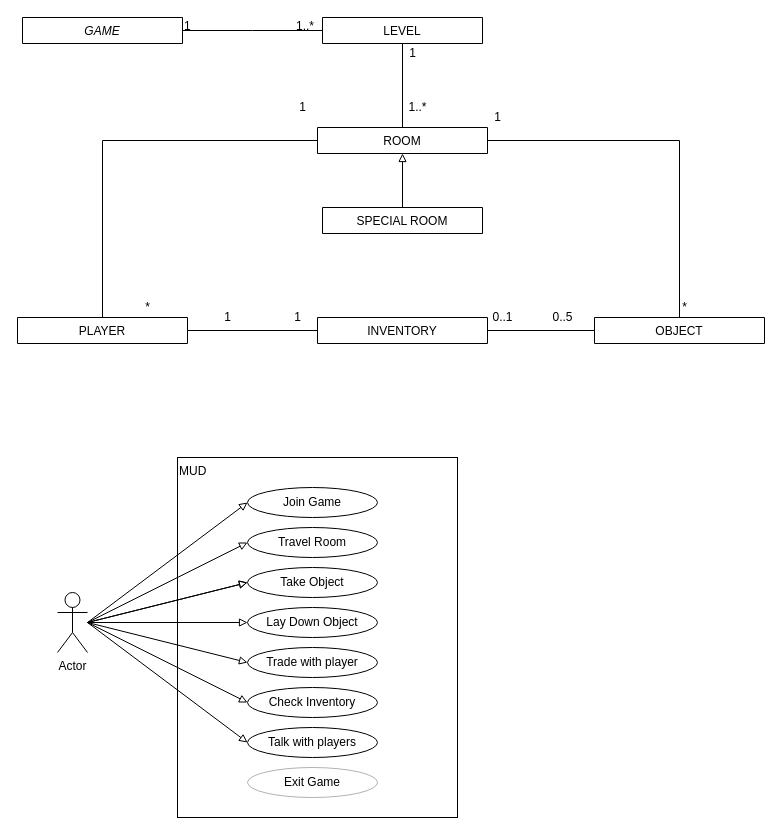
The draw.io diagram MUD.drawio in rudfor/MUD, before the edit. Source tidied: cells renumbered, new cells numbered last; positions are measured from the earlier drawing's top-left corner, leaving out a move shared by most shapes. Both pictures are drawn from the tidied source at 100%, with x=0, y=0 at pixel (17, 17).
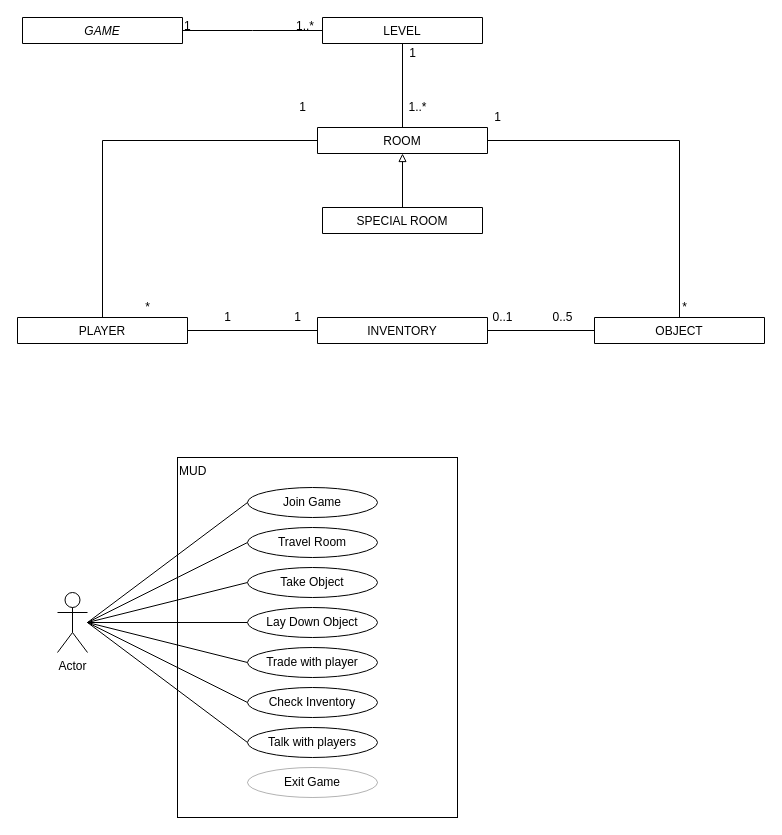
Above is the later version.

The change refers to these unchanged cells:
```xml
<mxCell id="37" value="Actor" style="shape=umlActor;verticalLabelPosition=bottom;verticalAlign=top;html=1;outlineConnect=0;" parent="1" vertex="1">
  <mxGeometry x="40" y="575" width="30" height="60" as="geometry" />
</mxCell>
<mxCell id="38" value="Join Game" style="ellipse;whiteSpace=wrap;html=1;" parent="1" vertex="1">
  <mxGeometry x="230" y="470" width="130" height="30" as="geometry" />
</mxCell>
<mxCell id="39" value="Take Object" style="ellipse;whiteSpace=wrap;html=1;" parent="1" vertex="1">
  <mxGeometry x="230" y="550" width="130" height="30" as="geometry" />
</mxCell>
<mxCell id="40" value="Lay Down Object" style="ellipse;whiteSpace=wrap;html=1;" parent="1" vertex="1">
  <mxGeometry x="230" y="590" width="130" height="30" as="geometry" />
</mxCell>
<mxCell id="42" value="Travel Room" style="ellipse;whiteSpace=wrap;html=1;" parent="1" vertex="1">
  <mxGeometry x="230" y="510" width="130" height="30" as="geometry" />
</mxCell>
<mxCell id="43" value="Trade with player" style="ellipse;whiteSpace=wrap;html=1;" parent="1" vertex="1">
  <mxGeometry x="230" y="630" width="130" height="30" as="geometry" />
</mxCell>
<mxCell id="44" value="Check Inventory" style="ellipse;whiteSpace=wrap;html=1;" parent="1" vertex="1">
  <mxGeometry x="230" y="670" width="130" height="30" as="geometry" />
</mxCell>
<mxCell id="45" value="Talk with players" style="ellipse;whiteSpace=wrap;html=1;" parent="1" vertex="1">
  <mxGeometry x="230" y="710" width="130" height="30" as="geometry" />
</mxCell>
```

Diff of the diagram source:
```diff
@@
-    <mxCell id="30" style="edgeStyle=none;rounded=0;jettySize=auto;html=1;entryX=0;entryY=0.5;entryDx=0;entryDy=0;startArrow=none;startFill=0;endArrow=block;endFill=0;" parent="1" edge="1" target="42">
+    <mxCell id="30" style="edgeStyle=none;rounded=0;jettySize=auto;html=1;entryX=0;entryY=0.5;entryDx=0;entryDy=0;startArrow=none;startFill=0;endArrow=none;endFill=0;" parent="1" edge="1" target="42">
       <mxGeometry relative="1" as="geometry">
         <mxPoint x="70" y="605" as="sourcePoint" />
       </mxGeometry>
     </mxCell>
-    <mxCell id="31" style="edgeStyle=none;rounded=0;jettySize=auto;html=1;entryX=0;entryY=0.5;entryDx=0;entryDy=0;startArrow=none;startFill=0;endArrow=block;endFill=0;" parent="1" edge="1" target="39">
+    <mxCell id="31" style="edgeStyle=none;rounded=0;jettySize=auto;html=1;entryX=0;entryY=0.5;entryDx=0;entryDy=0;startArrow=none;startFill=0;endArrow=none;endFill=0;" parent="1" edge="1" target="39">
       <mxGeometry relative="1" as="geometry">
         <mxPoint x="70" y="605" as="sourcePoint" />
       </mxGeometry>
     </mxCell>
-    <mxCell id="32" style="edgeStyle=none;rounded=0;jettySize=auto;html=1;entryX=0;entryY=0.5;entryDx=0;entryDy=0;startArrow=none;startFill=0;endArrow=block;endFill=0;" parent="1" edge="1" target="39">
-      <mxGeometry relative="1" as="geometry">
-        <mxPoint x="70" y="605" as="sourcePoint" />
-      </mxGeometry>
-    </mxCell>
-    <mxCell id="33" style="edgeStyle=none;rounded=0;jettySize=auto;html=1;entryX=0;entryY=0.5;entryDx=0;entryDy=0;startArrow=none;startFill=0;endArrow=block;endFill=0;" parent="1" edge="1" source="37" target="40">
+    <mxCell id="33" style="edgeStyle=none;rounded=0;jettySize=auto;html=1;entryX=0;entryY=0.5;entryDx=0;entryDy=0;startArrow=none;startFill=0;endArrow=none;endFill=0;" parent="1" edge="1" source="37" target="40">
       <mxGeometry relative="1" as="geometry" />
     </mxCell>
-    <mxCell id="34" style="edgeStyle=none;rounded=0;jettySize=auto;html=1;entryX=0;entryY=0.5;entryDx=0;entryDy=0;startArrow=none;startFill=0;endArrow=block;endFill=0;" parent="1" edge="1" target="43">
+    <mxCell id="34" style="edgeStyle=none;rounded=0;jettySize=auto;html=1;entryX=0;entryY=0.5;entryDx=0;entryDy=0;startArrow=none;startFill=0;endArrow=none;endFill=0;" parent="1" edge="1" target="43">
       <mxGeometry relative="1" as="geometry">
         <mxPoint x="70" y="605" as="sourcePoint" />
       </mxGeometry>
     </mxCell>
-    <mxCell id="35" style="edgeStyle=none;rounded=0;jettySize=auto;html=1;entryX=0;entryY=0.5;entryDx=0;entryDy=0;startArrow=none;startFill=0;endArrow=block;endFill=0;" parent="1" edge="1" target="44">
+    <mxCell id="35" style="edgeStyle=none;rounded=0;jettySize=auto;html=1;entryX=0;entryY=0.5;entryDx=0;entryDy=0;startArrow=none;startFill=0;endArrow=none;endFill=0;" parent="1" edge="1" target="44">
       <mxGeometry relative="1" as="geometry">
         <mxPoint x="70" y="605" as="sourcePoint" />
       </mxGeometry>
     </mxCell>
-    <mxCell id="36" style="edgeStyle=none;rounded=0;jettySize=auto;html=1;entryX=0;entryY=0.5;entryDx=0;entryDy=0;startArrow=none;startFill=0;endArrow=block;endFill=0;" parent="1" edge="1" target="45">
+    <mxCell id="36" style="edgeStyle=none;rounded=0;jettySize=auto;html=1;entryX=0;entryY=0.5;entryDx=0;entryDy=0;startArrow=none;startFill=0;endArrow=none;endFill=0;" parent="1" edge="1" target="45">
       <mxGeometry relative="1" as="geometry">
         <mxPoint x="70" y="605" as="sourcePoint" />
       </mxGeometry>
     </mxCell>
@@
-    <mxCell id="41" style="rounded=0;jettySize=auto;html=1;startArrow=none;startFill=0;endArrow=block;endFill=0;entryX=0;entryY=0.5;entryDx=0;entryDy=0;" parent="1" edge="1" target="38">
+    <mxCell id="41" style="rounded=0;jettySize=auto;html=1;startArrow=none;startFill=0;endArrow=none;endFill=0;entryX=0;entryY=0.5;entryDx=0;entryDy=0;" parent="1" edge="1" target="38">
       <mxGeometry relative="1" as="geometry">
         <mxPoint x="70" y="605" as="sourcePoint" />
       </mxGeometry>
     </mxCell>
```
